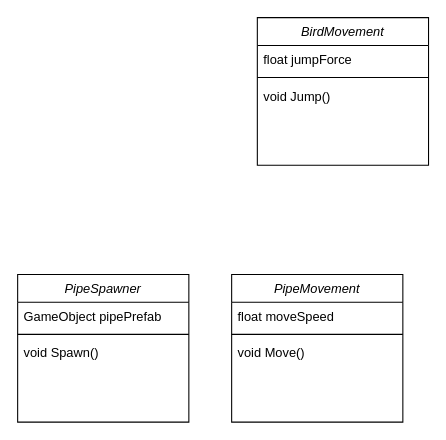
Before: Assets/FloppyBird.drawio in SkullViper7/FloppyBird, a draw.io diagram. Source tidied: cells renumbered, new cells numbered last; positions are measured from the earlier drawing's top-left corner, leaving out a move shared by most shapes. Both pictures are drawn from the tidied source at 107%, with x=0, y=0 at pixel (17, 17).
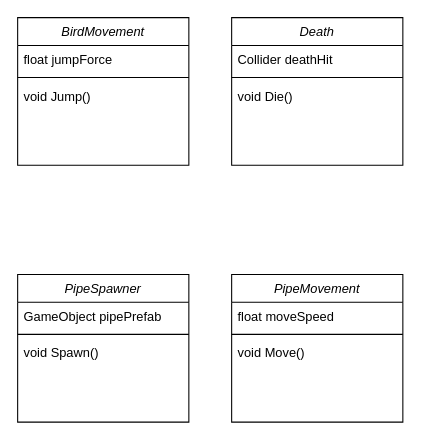
The same page after the edit.

Commit message (it also covers changes not shown here):
Mettre à jour FloppyBird.drawio

What changed in the source:
```diff
@@
 <mxGraphModel>
   <root>
     <mxCell id="0" />
     <mxCell id="1" parent="0" />
     <mxCell id="2" value="BirdMovement" style="swimlane;fontStyle=2;align=center;verticalAlign=top;horizontal=1;startSize=26;rounded=0;shadow=0;strokeWidth=1;" parent="1" vertex="1">
-      <mxGeometry x="224" width="160" height="138" as="geometry" />
+      <mxGeometry width="160" height="138" as="geometry" />
     </mxCell>
     <mxCell id="3" value="float jumpForce" style="text;align=left;verticalAlign=top;spacingLeft=4;spacingRight=4;overflow=hidden;" parent="2" vertex="1">
       <mxGeometry y="26" width="160" height="26" as="geometry" />
     </mxCell>
     <mxCell id="4" style="line;html=1;strokeWidth=1;align=left;verticalAlign=middle;spacingTop=-1;spacingLeft=3;spacingRight=3;labelPosition=right;" parent="2" vertex="1">
       <mxGeometry y="52" width="160" height="8" as="geometry" />
     </mxCell>
     <mxCell id="5" value="void Jump()" style="text;align=left;verticalAlign=top;spacingLeft=4;spacingRight=4;overflow=hidden;" parent="2" vertex="1">
       <mxGeometry y="60" width="160" height="26" as="geometry" />
     </mxCell>
     <mxCell id="6" value="PipeMovement" style="swimlane;fontStyle=2;align=center;verticalAlign=top;horizontal=1;startSize=26;rounded=0;shadow=0;strokeWidth=1;" parent="1" vertex="1">
       <mxGeometry x="200" y="240" width="160" height="138" as="geometry" />
     </mxCell>
     <mxCell id="7" value="float moveSpeed" style="text;align=left;verticalAlign=top;spacingLeft=4;spacingRight=4;overflow=hidden;" parent="6" vertex="1">
       <mxGeometry y="26" width="160" height="26" as="geometry" />
     </mxCell>
     <mxCell id="8" style="line;html=1;strokeWidth=1;align=left;verticalAlign=middle;spacingTop=-1;spacingLeft=3;spacingRight=3;labelPosition=right;" parent="6" vertex="1">
       <mxGeometry y="52" width="160" height="8" as="geometry" />
     </mxCell>
     <mxCell id="9" value="void Move()" style="text;align=left;verticalAlign=top;spacingLeft=4;spacingRight=4;overflow=hidden;" parent="6" vertex="1">
       <mxGeometry y="60" width="160" height="26" as="geometry" />
     </mxCell>
     <mxCell id="10" value="PipeSpawner" style="swimlane;fontStyle=2;align=center;verticalAlign=top;horizontal=1;startSize=26;rounded=0;shadow=0;strokeWidth=1;" parent="1" vertex="1">
       <mxGeometry y="240" width="160" height="138" as="geometry" />
     </mxCell>
     <mxCell id="11" value="GameObject pipePrefab" style="text;align=left;verticalAlign=top;spacingLeft=4;spacingRight=4;overflow=hidden;" parent="10" vertex="1">
       <mxGeometry y="26" width="160" height="26" as="geometry" />
     </mxCell>
     <mxCell id="12" style="line;html=1;strokeWidth=1;align=left;verticalAlign=middle;spacingTop=-1;spacingLeft=3;spacingRight=3;labelPosition=right;" parent="10" vertex="1">
       <mxGeometry y="52" width="160" height="8" as="geometry" />
     </mxCell>
     <mxCell id="13" value="void Spawn()" style="text;align=left;verticalAlign=top;spacingLeft=4;spacingRight=4;overflow=hidden;" parent="10" vertex="1">
       <mxGeometry y="60" width="160" height="26" as="geometry" />
     </mxCell>
+    <mxCell id="14" value="Death" style="swimlane;fontStyle=2;align=center;verticalAlign=top;horizontal=1;startSize=26;rounded=0;shadow=0;strokeWidth=1;" parent="1" vertex="1">
+      <mxGeometry x="200" width="160" height="138" as="geometry" />
+    </mxCell>
+    <mxCell id="15" value="Collider deathHit" style="text;align=left;verticalAlign=top;spacingLeft=4;spacingRight=4;overflow=hidden;" parent="14" vertex="1">
+      <mxGeometry y="26" width="160" height="26" as="geometry" />
+    </mxCell>
+    <mxCell id="16" style="line;html=1;strokeWidth=1;align=left;verticalAlign=middle;spacingTop=-1;spacingLeft=3;spacingRight=3;labelPosition=right;" parent="14" vertex="1">
+      <mxGeometry y="52" width="160" height="8" as="geometry" />
+    </mxCell>
+    <mxCell id="17" value="void Die()" style="text;align=left;verticalAlign=top;spacingLeft=4;spacingRight=4;overflow=hidden;" parent="14" vertex="1">
+      <mxGeometry y="60" width="160" height="26" as="geometry" />
+    </mxCell>
   </root>
 </mxGraphModel>
```
